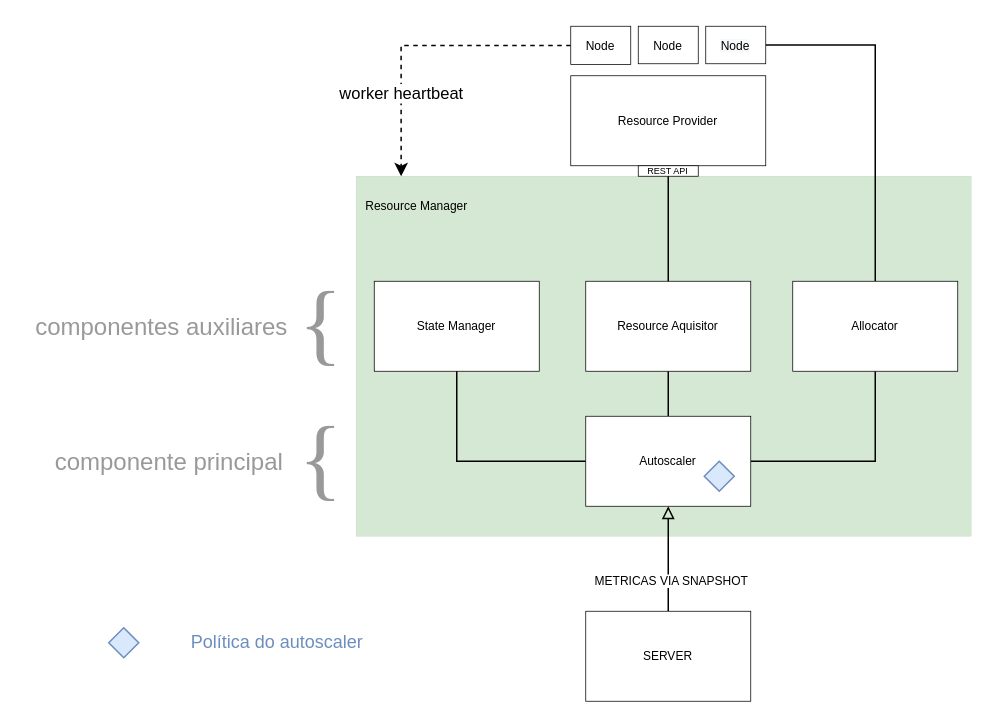
This is Untitled Diagram.drawio from viniciusbds/diagrams, a draw.io file, before an edit. Source tidied: cells renumbered, new cells numbered last; positions are measured from the earlier drawing's top-left corner, leaving out a move shared by most shapes. Both pictures are drawn from the tidied source at 150%, with x=0, y=0 at pixel (26, 26).
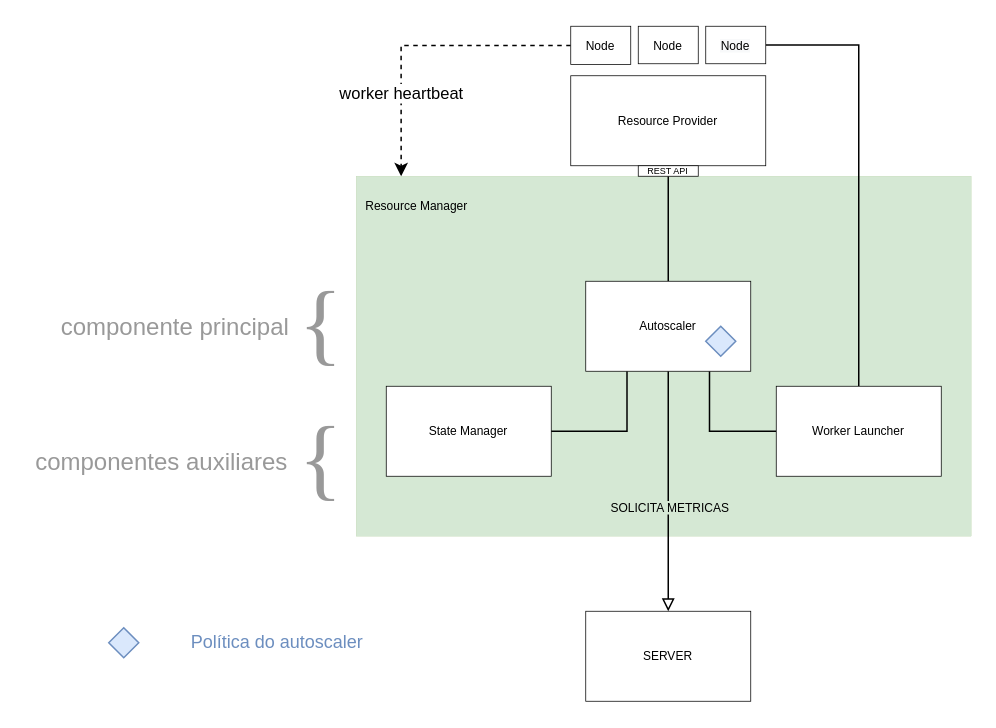
The same diagram, later.

The change refers to these unchanged cells:
```xml
<mxCell id="12" value="SERVER" style="rounded=0;whiteSpace=wrap;html=1;fontFamily=Helvetica;fontSize=8;strokeColor=default;strokeWidth=0.5;" parent="1" vertex="1">
  <mxGeometry x="373" y="390" width="110" height="60" as="geometry" />
</mxCell>
<mxCell id="16" value="Resource Provider" style="rounded=0;whiteSpace=wrap;html=1;fontFamily=Helvetica;fontSize=8;strokeColor=default;strokeWidth=0.5;" parent="1" vertex="1">
  <mxGeometry x="363" y="33" width="130" height="60" as="geometry" />
</mxCell>
<mxCell id="30" value="REST API" style="rounded=0;whiteSpace=wrap;html=1;fontFamily=Helvetica;fontSize=6;strokeColor=default;strokeWidth=0.5;" parent="1" vertex="1">
  <mxGeometry x="408" y="93" width="40" height="7" as="geometry" />
</mxCell>
```

Diff of the diagram source:
```diff
@@
     <mxCell id="3" value="State Manager" style="rounded=0;whiteSpace=wrap;html=1;fontFamily=Helvetica;fontSize=8;strokeColor=default;strokeWidth=0.5;" parent="1" vertex="1">
-      <mxGeometry x="232" y="170" width="110" height="60" as="geometry" />
+      <mxGeometry x="240" y="240" width="110" height="60" as="geometry" />
     </mxCell>
-    <mxCell id="4" style="edgeStyle=orthogonalEdgeStyle;rounded=0;jettySize=auto;html=1;exitX=0;exitY=0.5;exitDx=0;exitDy=0;entryX=0.5;entryY=1;entryDx=0;entryDy=0;fontFamily=Helvetica;fontSize=8;endArrow=none;endFill=0;" parent="1" edge="1" source="9" target="3">
+    <mxCell id="4" style="edgeStyle=orthogonalEdgeStyle;rounded=0;jettySize=auto;html=1;exitX=0.25;exitY=1;exitDx=0;exitDy=0;entryX=1;entryY=0.5;entryDx=0;entryDy=0;fontFamily=Helvetica;fontSize=8;endArrow=none;endFill=0;" parent="1" edge="1" source="9" target="3">
       <mxGeometry relative="1" as="geometry" />
     </mxCell>
-    <mxCell id="5" style="edgeStyle=orthogonalEdgeStyle;rounded=0;jettySize=auto;html=1;exitX=0.5;exitY=1;exitDx=0;exitDy=0;entryX=0.5;entryY=0;entryDx=0;entryDy=0;fontFamily=Helvetica;fontSize=8;endArrow=none;endFill=0;startArrow=block;startFill=0;" parent="1" edge="1" source="9" target="12">
+    <mxCell id="5" style="edgeStyle=orthogonalEdgeStyle;rounded=0;jettySize=auto;html=1;exitX=0.5;exitY=1;exitDx=0;exitDy=0;entryX=0.5;entryY=0;entryDx=0;entryDy=0;fontFamily=Helvetica;fontSize=8;endArrow=block;endFill=0;startArrow=none;startFill=0;" parent="1" edge="1" source="9" target="12">
       <mxGeometry relative="1" as="geometry" />
     </mxCell>
-    <mxCell id="6" value="METRICAS VIA SNAPSHOT" style="edgeLabel;html=1;align=center;verticalAlign=middle;fontSize=8;fontFamily=Helvetica;" parent="5" vertex="1">
+    <mxCell id="6" value="SOLICITA METRICAS" style="edgeLabel;html=1;align=center;verticalAlign=middle;fontSize=8;fontFamily=Helvetica;labelBackgroundColor=#D5E8D4;" parent="5" vertex="1">
       <mxGeometry x="-0.14" relative="1" as="geometry">
-        <mxPoint x="1" y="19" as="offset" />
+        <mxPoint y="21" as="offset" />
       </mxGeometry>
     </mxCell>
-    <mxCell id="7" style="edgeStyle=orthogonalEdgeStyle;rounded=0;jettySize=auto;html=1;exitX=1;exitY=0.5;exitDx=0;exitDy=0;endArrow=none;endFill=0;" parent="1" edge="1" source="9" target="11">
+    <mxCell id="7" style="edgeStyle=orthogonalEdgeStyle;rounded=0;jettySize=auto;html=1;exitX=0.75;exitY=1;exitDx=0;exitDy=0;endArrow=none;endFill=0;entryX=0;entryY=0.5;entryDx=0;entryDy=0;" parent="1" edge="1" source="9" target="11">
       <mxGeometry relative="1" as="geometry" />
     </mxCell>
-    <mxCell id="8" style="edgeStyle=orthogonalEdgeStyle;rounded=0;jettySize=auto;html=1;exitX=0.5;exitY=0;exitDx=0;exitDy=0;entryX=0.5;entryY=1;entryDx=0;entryDy=0;fontFamily=Times New Roman;fontSize=16;fontColor=#999999;startArrow=none;startFill=0;endArrow=none;endFill=0;" parent="1" edge="1" source="9" target="14">
+    <mxCell id="8" style="edgeStyle=orthogonalEdgeStyle;rounded=0;jettySize=auto;html=1;exitX=0.5;exitY=0;exitDx=0;exitDy=0;entryX=0.5;entryY=1;entryDx=0;entryDy=0;fontFamily=Times New Roman;fontSize=16;fontColor=#999999;startArrow=none;startFill=0;endArrow=none;endFill=0;" parent="1" edge="1" source="9" target="30">
       <mxGeometry relative="1" as="geometry" />
     </mxCell>
     <mxCell id="9" value="Autoscaler" style="rounded=0;whiteSpace=wrap;html=1;fontFamily=Helvetica;fontSize=8;strokeColor=default;strokeWidth=0.5;" parent="1" vertex="1">
-      <mxGeometry x="373" y="260" width="110" height="60" as="geometry" />
+      <mxGeometry x="373" y="170" width="110" height="60" as="geometry" />
     </mxCell>
@@
-    <mxCell id="11" value="Allocator" style="rounded=0;whiteSpace=wrap;html=1;fontFamily=Helvetica;fontSize=8;strokeColor=default;strokeWidth=0.5;" parent="1" vertex="1">
-      <mxGeometry x="511" y="170" width="110" height="60" as="geometry" />
+    <mxCell id="11" value="Worker Launcher" style="rounded=0;whiteSpace=wrap;html=1;fontFamily=Helvetica;fontSize=8;strokeColor=default;strokeWidth=0.5;" parent="1" vertex="1">
+      <mxGeometry x="500" y="240" width="110" height="60" as="geometry" />
     </mxCell>
@@
-    <mxCell id="14" value="Resource Aquisitor" style="rounded=0;whiteSpace=wrap;html=1;fontFamily=Helvetica;fontSize=8;strokeColor=default;strokeWidth=0.5;" parent="1" vertex="1">
-      <mxGeometry x="373" y="170" width="110" height="60" as="geometry" />
-    </mxCell>
-    <mxCell id="15" style="edgeStyle=orthogonalEdgeStyle;rounded=0;jettySize=auto;html=1;exitX=0.5;exitY=1;exitDx=0;exitDy=0;entryX=0.5;entryY=0;entryDx=0;entryDy=0;fontFamily=Times New Roman;fontSize=16;fontColor=#999999;startArrow=none;startFill=0;endArrow=none;endFill=0;" parent="1" edge="1" source="16" target="14">
-      <mxGeometry relative="1" as="geometry" />
-    </mxCell>
@@
     <mxCell id="23" style="rhombus;whiteSpace=wrap;html=1;fillColor=#dae8fc;strokeColor=#6c8ebf;" parent="1" vertex="1">
-      <mxGeometry x="452" y="290" width="20" height="20" as="geometry" />
+      <mxGeometry x="453" y="200" width="20" height="20" as="geometry" />
     </mxCell>
@@
     <mxCell id="28" value="componente principal" style="text;html=1;align=center;verticalAlign=middle;strokeColor=none;fillColor=none;fontSize=16;fontColor=#999999;" parent="1" vertex="1">
-      <mxGeometry x="10" y="280" width="170" height="20" as="geometry" />
+      <mxGeometry x="14" y="190" width="170" height="20" as="geometry" />
     </mxCell>
     <mxCell id="29" value="componentes auxiliares" style="text;html=1;align=center;verticalAlign=middle;strokeColor=none;fillColor=none;fontSize=16;fontColor=#999999;" parent="1" vertex="1">
-      <mxGeometry y="190" width="180" height="20" as="geometry" />
+      <mxGeometry y="280" width="180" height="20" as="geometry" />
     </mxCell>
```
